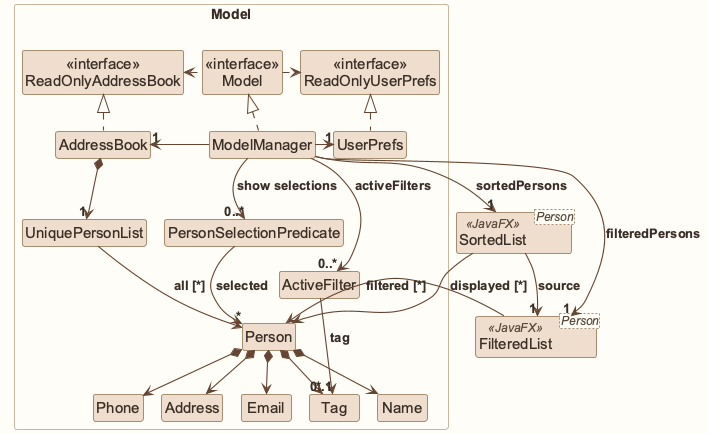
AY2627S1-CS2103T-W12-1/tp keeps this PlantUML diagram as images/ModelClassDiagram.png. Above is the earlier version. The source it was exported from:
```plantuml
@startuml
!pragma layout smetana
!include style.puml
skinparam arrowThickness 1.1
skinparam arrowColor MODEL_COLOR_T4
skinparam classBackgroundColor MODEL_COLOR

Package Model as ModelPackage <<Rectangle>>{
Class "<<interface>>\nReadOnlyAddressBook" as ReadOnlyAddressBook
Class "<<interface>>\nReadOnlyUserPrefs" as ReadOnlyUserPrefs
Class "<<interface>>\nModel" as Model
Class AddressBook
Class ModelManager
Class UserPrefs
Class ActiveFilter
Class PersonSelectionPredicate

Class UniquePersonList
Class Person
Class Address
Class Email
Class Name
Class Phone
Class Tag

}

Class "FilteredList<Person>" as FilteredPersonList <<JavaFX>>
Class "SortedList<Person>" as SortedPersonList <<JavaFX>>


AddressBook .up.|> ReadOnlyAddressBook

ModelManager .up.|> Model
Model .right.> ReadOnlyUserPrefs
Model .left.> ReadOnlyAddressBook
ModelManager -left-> "1" AddressBook
ModelManager -right-> "1" UserPrefs
ModelManager --> "0..*" ActiveFilter : activeFilters
ModelManager --> "0..*" PersonSelectionPredicate : show selections
UserPrefs .up.|> ReadOnlyUserPrefs

AddressBook *--> "1" UniquePersonList
UniquePersonList --> Person : all [*]
Person *--> Name
Person *--> Phone
Person *--> Email
Person *--> Address
Person *--> "*" Tag
PersonSelectionPredicate --> "*" Person : selected


Name -[hidden]right-> Phone
Phone -[hidden]right-> Address
Address -[hidden]right-> Email

ModelManager --> "1" FilteredPersonList : filteredPersons
ModelManager --> "1" SortedPersonList : sortedPersons
SortedPersonList --> "1" FilteredPersonList : source
FilteredPersonList --> Person : filtered [*]
SortedPersonList --> Person : displayed [*]
ActiveFilter --> "0..1" Tag : tag
@enduml
```
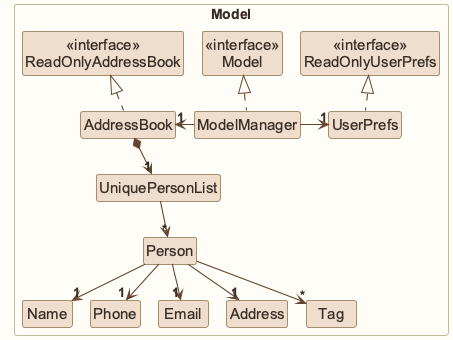
The same diagram one commit later.

The edit, as a diff of the source:
```diff
@@ -4,60 +4,39 @@
 skinparam arrowThickness 1.1
 skinparam arrowColor MODEL_COLOR_T4
 skinparam classBackgroundColor MODEL_COLOR
+skinparam nodesep 30
+skinparam ranksep 40
 
-Package Model as ModelPackage <<Rectangle>>{
-Class "<<interface>>\nReadOnlyAddressBook" as ReadOnlyAddressBook
-Class "<<interface>>\nReadOnlyUserPrefs" as ReadOnlyUserPrefs
-Class "<<interface>>\nModel" as Model
-Class AddressBook
-Class ModelManager
-Class UserPrefs
-Class ActiveFilter
-Class PersonSelectionPredicate
-
-Class UniquePersonList
-Class Person
-Class Address
-Class Email
-Class Name
-Class Phone
-Class Tag
-
+package Model as ModelPackage <<Rectangle>> {
+class "<<interface>>\nModel" as Model
+class "<<interface>>\nReadOnlyAddressBook" as ReadOnlyAddressBook
+class "<<interface>>\nReadOnlyUserPrefs" as ReadOnlyUserPrefs
+class ModelManager
+class AddressBook
+class UserPrefs
+class UniquePersonList
+class Person
+class Name
+class Phone
+class Email
+class Address
+class Tag
 }
 
-Class "FilteredList<Person>" as FilteredPersonList <<JavaFX>>
-Class "SortedList<Person>" as SortedPersonList <<JavaFX>>
-
-
+ModelManager .up.|> Model
 AddressBook .up.|> ReadOnlyAddressBook
-
-ModelManager .up.|> Model
-Model .right.> ReadOnlyUserPrefs
-Model .left.> ReadOnlyAddressBook
+UserPrefs .up.|> ReadOnlyUserPrefs
 ModelManager -left-> "1" AddressBook
 ModelManager -right-> "1" UserPrefs
-ModelManager --> "0..*" ActiveFilter : activeFilters
-ModelManager --> "0..*" PersonSelectionPredicate : show selections
-UserPrefs .up.|> ReadOnlyUserPrefs
-
-AddressBook *--> "1" UniquePersonList
-UniquePersonList --> Person : all [*]
-Person *--> Name
-Person *--> Phone
-Person *--> Email
-Person *--> Address
-Person *--> "*" Tag
-PersonSelectionPredicate --> "*" Person : selected
-
-
+AddressBook *-down-> "1" UniquePersonList
+UniquePersonList -down-> "*" Person
+Person -down-> "1" Name
+Person -down-> "1" Phone
+Person -down-> "1" Email
+Person -down-> "1" Address
+Person -down-> "*" Tag
 Name -[hidden]right-> Phone
-Phone -[hidden]right-> Address
-Address -[hidden]right-> Email
-
-ModelManager --> "1" FilteredPersonList : filteredPersons
-ModelManager --> "1" SortedPersonList : sortedPersons
-SortedPersonList --> "1" FilteredPersonList : source
-FilteredPersonList --> Person : filtered [*]
-SortedPersonList --> Person : displayed [*]
-ActiveFilter --> "0..1" Tag : tag
+Phone -[hidden]right-> Email
+Email -[hidden]right-> Address
+Address -[hidden]right-> Tag
 @enduml
```
